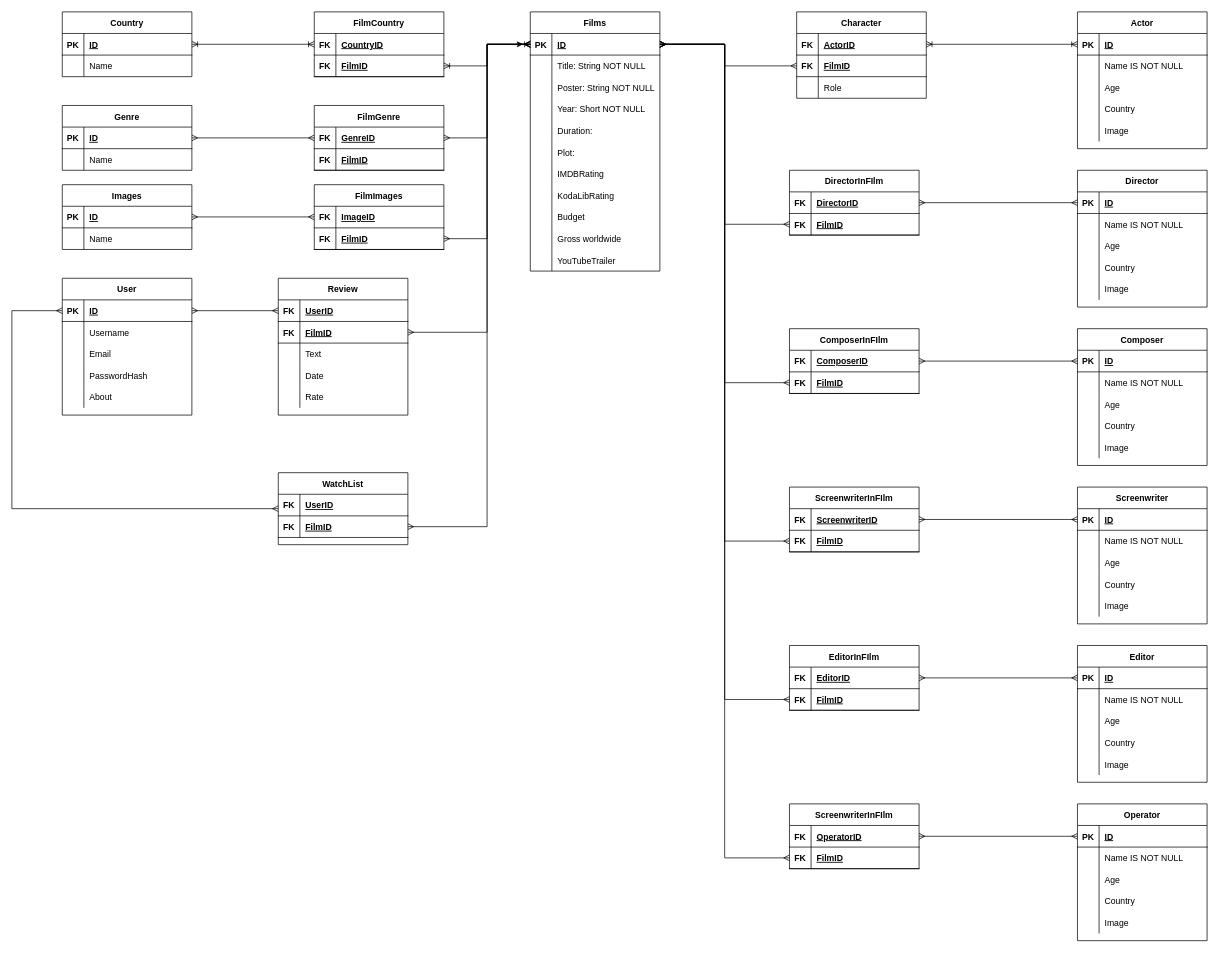
Earlier version of the draw.io diagram Database relational diagram.drawio (lincentpega/koda-modeling). Source tidied: cells renumbered, new cells numbered last; positions are measured from the earlier drawing's top-left corner, leaving out a move shared by most shapes. Both pictures are drawn from the tidied source at 72%, with x=0, y=0 at pixel (12, 12).
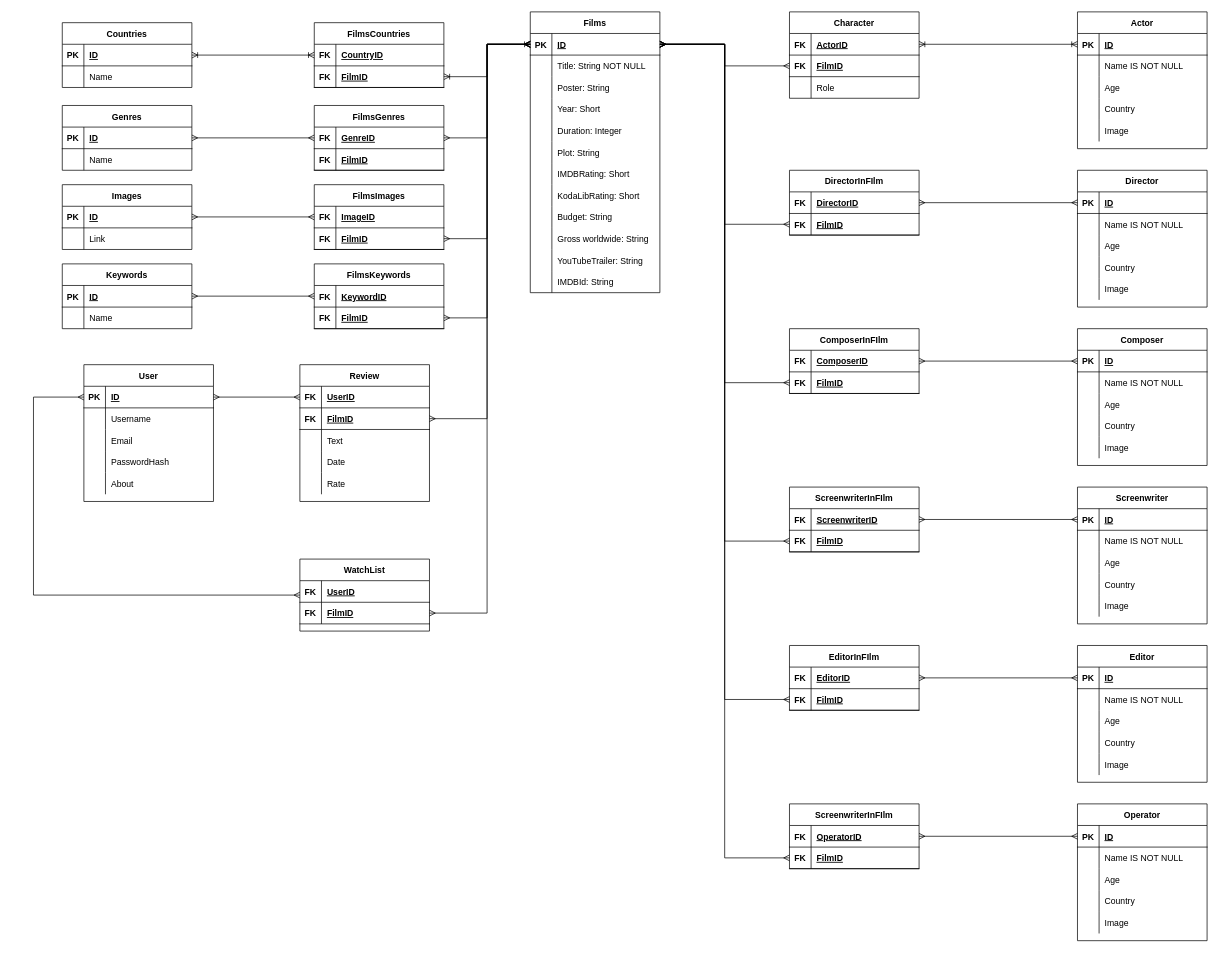
After the change.

Unchanged cells that the change refers to:
```xml
<mxCell id="3" style="shape=tableRow;horizontal=0;startSize=0;swimlaneHead=0;swimlaneBody=0;fillColor=none;points=[[0,0.5],[1,0.5]];portConstraint=eastwest;top=0;left=0;right=0;bottom=1;rounded=0;" parent="2" vertex="1">
  <mxGeometry y="30" width="180" height="30" as="geometry" />
</mxCell>
<mxCell id="9" style="shape=tableRow;horizontal=0;startSize=0;swimlaneHead=0;swimlaneBody=0;fillColor=none;top=0;left=0;right=0;bottom=0;rounded=0;" parent="2" vertex="1">
  <mxGeometry y="90" width="180" height="30" as="geometry" />
</mxCell>
<mxCell id="12" style="shape=tableRow;horizontal=0;startSize=0;swimlaneHead=0;swimlaneBody=0;fillColor=none;top=0;left=0;right=0;bottom=0;rounded=0;" parent="2" vertex="1">
  <mxGeometry y="120" width="180" height="30" as="geometry" />
</mxCell>
<mxCell id="15" style="shape=tableRow;horizontal=0;startSize=0;swimlaneHead=0;swimlaneBody=0;fillColor=none;top=0;left=0;right=0;bottom=0;rounded=0;" parent="2" vertex="1">
  <mxGeometry y="150" width="180" height="30" as="geometry" />
</mxCell>
<mxCell id="18" style="shape=tableRow;horizontal=0;startSize=0;swimlaneHead=0;swimlaneBody=0;fillColor=none;top=0;left=0;right=0;bottom=0;rounded=0;" parent="2" vertex="1">
  <mxGeometry y="180" width="180" height="30" as="geometry" />
</mxCell>
<mxCell id="21" style="shape=tableRow;horizontal=0;startSize=0;swimlaneHead=0;swimlaneBody=0;fillColor=none;top=0;left=0;right=0;bottom=0;rounded=0;" parent="2" vertex="1">
  <mxGeometry y="210" width="180" height="30" as="geometry" />
</mxCell>
<mxCell id="24" style="shape=tableRow;horizontal=0;startSize=0;swimlaneHead=0;swimlaneBody=0;fillColor=none;top=0;left=0;right=0;bottom=0;rounded=0;" parent="2" vertex="1">
  <mxGeometry y="240" width="180" height="30" as="geometry" />
</mxCell>
<mxCell id="27" style="shape=tableRow;horizontal=0;startSize=0;swimlaneHead=0;swimlaneBody=0;fillColor=none;top=0;left=0;right=0;bottom=0;rounded=0;" parent="2" vertex="1">
  <mxGeometry y="270" width="180" height="30" as="geometry" />
</mxCell>
<mxCell id="30" style="shape=tableRow;horizontal=0;startSize=0;swimlaneHead=0;swimlaneBody=0;fillColor=none;top=0;left=0;right=0;bottom=0;rounded=0;" parent="2" vertex="1">
  <mxGeometry y="300" width="180" height="30" as="geometry" />
</mxCell>
<mxCell id="33" style="shape=tableRow;horizontal=0;startSize=0;swimlaneHead=0;swimlaneBody=0;fillColor=none;top=0;left=0;right=0;bottom=0;rounded=0;" parent="2" vertex="1">
  <mxGeometry y="330" width="180" height="30" as="geometry" />
</mxCell>
<mxCell id="217" style="shape=tableRow;horizontal=0;startSize=0;swimlaneHead=0;swimlaneBody=0;fillColor=none;top=0;left=0;right=0;bottom=0;rounded=0;" parent="213" vertex="1">
  <mxGeometry y="60" width="180" height="30" as="geometry" />
</mxCell>
<mxCell id="236" style="shape=tableRow;horizontal=0;startSize=0;swimlaneHead=0;swimlaneBody=0;fillColor=none;points=[[0,0.5],[1,0.5]];portConstraint=eastwest;top=0;left=0;right=0;bottom=1;rounded=0;" parent="235" vertex="1">
  <mxGeometry y="30" width="180" height="30" as="geometry" />
</mxCell>
<mxCell id="255" style="shape=tableRow;horizontal=0;startSize=0;swimlaneHead=0;swimlaneBody=0;fillColor=none;points=[[0,0.5],[1,0.5]];portConstraint=eastwest;top=0;left=0;right=0;bottom=1;rounded=0;" parent="251" vertex="1">
  <mxGeometry y="60" width="180" height="30" as="geometry" />
</mxCell>
<mxCell id="272" style="shape=tableRow;horizontal=0;startSize=0;swimlaneHead=0;swimlaneBody=0;fillColor=none;points=[[0,0.5],[1,0.5]];portConstraint=eastwest;top=0;left=0;right=0;bottom=1;rounded=0;" parent="268" vertex="1">
  <mxGeometry y="60" width="180" height="30" as="geometry" />
</mxCell>
```

What changed in the source:
```diff
@@
     <mxCell id="2" value="Films" style="shape=table;startSize=30;childLayout=tableLayout;rowLines=0;fontStyle=1;align=center;rounded=0;" parent="1" vertex="1">
-      <mxGeometry x="720" width="180" height="360" as="geometry" />
+      <mxGeometry x="720" width="180" height="390" as="geometry" />
     </mxCell>
@@
-    <mxCell id="11" value="Poster: String NOT NULL" style="shape=partialRectangle;fillColor=none;top=0;left=0;bottom=0;right=0;align=left;spacingLeft=6;overflow=hidden;rounded=0;" parent="9" vertex="1">
+    <mxCell id="11" value="Poster: String" style="shape=partialRectangle;fillColor=none;top=0;left=0;bottom=0;right=0;align=left;spacingLeft=6;overflow=hidden;rounded=0;" parent="9" vertex="1">
       <mxGeometry x="30" width="150" height="30" as="geometry" />
     </mxCell>
@@
-    <mxCell id="14" value="Year: Short NOT NULL" style="shape=partialRectangle;fillColor=none;top=0;left=0;bottom=0;right=0;align=left;spacingLeft=6;overflow=hidden;rounded=0;" parent="12" vertex="1">
+    <mxCell id="14" value="Year: Short" style="shape=partialRectangle;fillColor=none;top=0;left=0;bottom=0;right=0;align=left;spacingLeft=6;overflow=hidden;rounded=0;" parent="12" vertex="1">
       <mxGeometry x="30" width="150" height="30" as="geometry" />
     </mxCell>
@@
-    <mxCell id="17" value="Duration: " style="shape=partialRectangle;fillColor=none;top=0;left=0;bottom=0;right=0;align=left;spacingLeft=6;overflow=hidden;rounded=0;" parent="15" vertex="1">
+    <mxCell id="17" value="Duration: Integer" style="shape=partialRectangle;fillColor=none;top=0;left=0;bottom=0;right=0;align=left;spacingLeft=6;overflow=hidden;rounded=0;" parent="15" vertex="1">
       <mxGeometry x="30" width="150" height="30" as="geometry" />
     </mxCell>
@@
-    <mxCell id="20" value="Plot:" style="shape=partialRectangle;fillColor=none;top=0;left=0;bottom=0;right=0;align=left;spacingLeft=6;overflow=hidden;rounded=0;" parent="18" vertex="1">
+    <mxCell id="20" value="Plot: String" style="shape=partialRectangle;fillColor=none;top=0;left=0;bottom=0;right=0;align=left;spacingLeft=6;overflow=hidden;rounded=0;" parent="18" vertex="1">
       <mxGeometry x="30" width="150" height="30" as="geometry" />
     </mxCell>
@@
-    <mxCell id="23" value="IMDBRating" style="shape=partialRectangle;fillColor=none;top=0;left=0;bottom=0;right=0;align=left;spacingLeft=6;overflow=hidden;rounded=0;" parent="21" vertex="1">
+    <mxCell id="23" value="IMDBRating: Short" style="shape=partialRectangle;fillColor=none;top=0;left=0;bottom=0;right=0;align=left;spacingLeft=6;overflow=hidden;rounded=0;" parent="21" vertex="1">
       <mxGeometry x="30" width="150" height="30" as="geometry" />
     </mxCell>
@@
-    <mxCell id="26" value="KodaLibRating" style="shape=partialRectangle;fillColor=none;top=0;left=0;bottom=0;right=0;align=left;spacingLeft=6;overflow=hidden;rounded=0;" parent="24" vertex="1">
+    <mxCell id="26" value="KodaLibRating: Short" style="shape=partialRectangle;fillColor=none;top=0;left=0;bottom=0;right=0;align=left;spacingLeft=6;overflow=hidden;rounded=0;" parent="24" vertex="1">
       <mxGeometry x="30" width="150" height="30" as="geometry" />
     </mxCell>
@@
-    <mxCell id="29" value="Budget" style="shape=partialRectangle;fillColor=none;top=0;left=0;bottom=0;right=0;align=left;spacingLeft=6;overflow=hidden;rounded=0;" parent="27" vertex="1">
+    <mxCell id="29" value="Budget: String" style="shape=partialRectangle;fillColor=none;top=0;left=0;bottom=0;right=0;align=left;spacingLeft=6;overflow=hidden;rounded=0;" parent="27" vertex="1">
       <mxGeometry x="30" width="150" height="30" as="geometry" />
     </mxCell>
@@
-    <mxCell id="32" value="Gross worldwide" style="shape=partialRectangle;fillColor=none;top=0;left=0;bottom=0;right=0;align=left;spacingLeft=6;overflow=hidden;rounded=0;" parent="30" vertex="1">
+    <mxCell id="32" value="Gross worldwide: String" style="shape=partialRectangle;fillColor=none;top=0;left=0;bottom=0;right=0;align=left;spacingLeft=6;overflow=hidden;rounded=0;" parent="30" vertex="1">
       <mxGeometry x="30" width="150" height="30" as="geometry" />
     </mxCell>
@@
-    <mxCell id="35" value="YouTubeTrailer" style="shape=partialRectangle;fillColor=none;top=0;left=0;bottom=0;right=0;align=left;spacingLeft=6;overflow=hidden;rounded=0;" parent="33" vertex="1">
+    <mxCell id="35" value="YouTubeTrailer: String" style="shape=partialRectangle;fillColor=none;top=0;left=0;bottom=0;right=0;align=left;spacingLeft=6;overflow=hidden;rounded=0;" parent="33" vertex="1">
       <mxGeometry x="30" width="150" height="30" as="geometry" />
     </mxCell>
+    <mxCell id="281" style="shape=tableRow;horizontal=0;startSize=0;swimlaneHead=0;swimlaneBody=0;fillColor=none;top=0;left=0;right=0;bottom=0;rounded=0;" parent="2" vertex="1">
+      <mxGeometry y="360" width="180" height="30" as="geometry" />
+    </mxCell>
+    <mxCell id="282" style="shape=partialRectangle;fillColor=none;top=0;left=0;bottom=0;right=0;overflow=hidden;rounded=0;" parent="281" vertex="1">
+      <mxGeometry width="30" height="30" as="geometry" />
+    </mxCell>
+    <mxCell id="283" value="IMDBId: String" style="shape=partialRectangle;fillColor=none;top=0;left=0;bottom=0;right=0;align=left;spacingLeft=6;overflow=hidden;rounded=0;" parent="281" vertex="1">
+      <mxGeometry x="30" width="150" height="30" as="geometry" />
+    </mxCell>
@@
     <mxCell id="52" value="Character" style="shape=table;startSize=30;childLayout=tableLayout;rowLines=0;fontStyle=1;align=center;rounded=0;" parent="1" vertex="1">
-      <mxGeometry x="1090" width="180" height="120" as="geometry" />
+      <mxGeometry x="1080" width="180" height="120" as="geometry" />
     </mxCell>
@@
-    <mxCell id="189" value="Country" style="shape=table;startSize=30;childLayout=tableLayout;rowLines=0;fontStyle=1;align=center;rounded=0;" parent="1" vertex="1">
-      <mxGeometry x="70" width="180" height="90" as="geometry" />
+    <mxCell id="189" value="Countries" style="shape=table;startSize=30;childLayout=tableLayout;rowLines=0;fontStyle=1;align=center;rounded=0;" parent="1" vertex="1">
+      <mxGeometry x="70" y="15" width="180" height="90" as="geometry" />
     </mxCell>
@@
-    <mxCell id="196" value="FilmCountry" style="shape=table;startSize=30;childLayout=tableLayout;rowLines=0;fontStyle=1;align=center;rounded=0;" parent="1" vertex="1">
-      <mxGeometry x="420" width="180" height="90" as="geometry" />
+    <mxCell id="196" value="FilmsCountries" style="shape=table;startSize=30;childLayout=tableLayout;rowLines=0;fontStyle=1;align=center;rounded=0;" parent="1" vertex="1">
+      <mxGeometry x="420" y="15" width="180" height="90" as="geometry" />
     </mxCell>
@@
-    <mxCell id="206" value="Genre" style="shape=table;startSize=30;childLayout=tableLayout;rowLines=0;fontStyle=1;align=center;rounded=0;" parent="1" vertex="1">
+    <mxCell id="206" value="Genres" style="shape=table;startSize=30;childLayout=tableLayout;rowLines=0;fontStyle=1;align=center;rounded=0;" parent="1" vertex="1">
       <mxGeometry x="70" y="130" width="180" height="90" as="geometry" />
     </mxCell>
@@
-    <mxCell id="219" value="Name" style="shape=partialRectangle;fillColor=none;top=0;left=0;bottom=0;right=0;align=left;spacingLeft=6;overflow=hidden;rounded=0;" parent="217" vertex="1">
+    <mxCell id="219" value="Link" style="shape=partialRectangle;fillColor=none;top=0;left=0;bottom=0;right=0;align=left;spacingLeft=6;overflow=hidden;rounded=0;" parent="217" vertex="1">
       <mxGeometry x="30" width="150" height="30" as="geometry" />
     </mxCell>
-    <mxCell id="220" value="FilmGenre" style="shape=table;startSize=30;childLayout=tableLayout;rowLines=0;fontStyle=1;align=center;rounded=0;" parent="1" vertex="1">
+    <mxCell id="220" value="FilmsGenres" style="shape=table;startSize=30;childLayout=tableLayout;rowLines=0;fontStyle=1;align=center;rounded=0;" parent="1" vertex="1">
       <mxGeometry x="420" y="130" width="180" height="90" as="geometry" />
     </mxCell>
@@
-    <mxCell id="227" value="FilmImages" style="shape=table;startSize=30;childLayout=tableLayout;rowLines=0;fontStyle=1;align=center;rounded=0;" parent="1" vertex="1">
+    <mxCell id="227" value="FilmsImages" style="shape=table;startSize=30;childLayout=tableLayout;rowLines=0;fontStyle=1;align=center;rounded=0;" parent="1" vertex="1">
       <mxGeometry x="420" y="240" width="180" height="90" as="geometry" />
     </mxCell>
@@
     <mxCell id="235" value="User" style="shape=table;startSize=30;childLayout=tableLayout;rowLines=0;fontStyle=1;align=center;rounded=0;" parent="1" vertex="1">
-      <mxGeometry x="70" y="370" width="180" height="190" as="geometry" />
+      <mxGeometry x="100" y="490" width="180" height="190" as="geometry" />
     </mxCell>
@@
     <mxCell id="251" value="Review" style="shape=table;startSize=30;childLayout=tableLayout;rowLines=0;fontStyle=1;align=center;rounded=0;" parent="1" vertex="1">
-      <mxGeometry x="370" y="370" width="180" height="190" as="geometry" />
+      <mxGeometry x="400" y="490" width="180" height="190" as="geometry" />
     </mxCell>
@@
     <mxCell id="267" style="edgeStyle=orthogonalEdgeStyle;rounded=0;jettySize=auto;html=1;entryX=0;entryY=0.5;entryDx=0;entryDy=0;endArrow=ERmany;endFill=0;startArrow=ERmany;startFill=0;" parent="1" edge="1" source="268" target="236">
       <mxGeometry relative="1" as="geometry">
         <Array as="points">
-          <mxPoint y="690" />
-          <mxPoint y="415" />
+          <mxPoint x="30" y="810" />
+          <mxPoint x="30" y="535" />
         </Array>
       </mxGeometry>
     </mxCell>
     <mxCell id="268" value="WatchList" style="shape=table;startSize=30;childLayout=tableLayout;rowLines=0;fontStyle=1;align=center;rounded=0;" parent="1" vertex="1">
-      <mxGeometry x="370" y="640" width="180" height="100" as="geometry" />
+      <mxGeometry x="400" y="760" width="180" height="100" as="geometry" />
     </mxCell>
@@
     <mxCell id="276" style="edgeStyle=orthogonalEdgeStyle;rounded=0;jettySize=auto;html=1;startArrow=ERmany;startFill=0;endArrow=ERmany;endFill=0;exitX=1;exitY=0.5;exitDx=0;exitDy=0;" parent="1" edge="1" source="255" target="3">
       <mxGeometry relative="1" as="geometry">
         <Array as="points">
-          <mxPoint x="660" y="445" />
+          <mxPoint x="660" y="565" />
           <mxPoint x="660" y="45" />
         </Array>
       </mxGeometry>
     </mxCell>
     <mxCell id="277" style="edgeStyle=orthogonalEdgeStyle;jettySize=auto;html=1;exitX=1;exitY=0.5;exitDx=0;exitDy=0;entryX=0;entryY=0.5;entryDx=0;entryDy=0;strokeColor=default;rounded=0;startArrow=ERmany;startFill=0;endArrow=ERmany;endFill=0;" parent="1" edge="1" source="272" target="3">
       <mxGeometry relative="1" as="geometry">
         <Array as="points">
-          <mxPoint x="660" y="715" />
+          <mxPoint x="660" y="835" />
           <mxPoint x="660" y="45" />
         </Array>
       </mxGeometry>
     </mxCell>
@@
-    <mxCell id="280" style="edgeStyle=orthogonalEdgeStyle;rounded=0;jettySize=auto;html=1;" parent="1" edge="1" source="3">
-      <mxGeometry relative="1" as="geometry">
-        <mxPoint x="710" y="45" as="targetPoint" />
-      </mxGeometry>
-    </mxCell>
+    <mxCell id="284" value="Keywords" style="shape=table;startSize=30;childLayout=tableLayout;rowLines=0;fontStyle=1;align=center;rounded=0;" parent="1" vertex="1">
+      <mxGeometry x="70" y="350" width="180" height="90" as="geometry" />
+    </mxCell>
+    <mxCell id="285" style="shape=tableRow;horizontal=0;startSize=0;swimlaneHead=0;swimlaneBody=0;fillColor=none;top=0;left=0;right=0;bottom=1;rounded=0;" parent="284" vertex="1">
+      <mxGeometry y="30" width="180" height="30" as="geometry" />
+    </mxCell>
+    <mxCell id="286" value="PK" style="shape=partialRectangle;fillColor=none;top=0;left=0;bottom=0;right=0;fontStyle=1;overflow=hidden;rounded=0;" parent="285" vertex="1">
+      <mxGeometry width="30" height="30" as="geometry" />
+    </mxCell>
+    <mxCell id="287" value="ID" style="shape=partialRectangle;fillColor=none;top=0;left=0;bottom=0;right=0;align=left;spacingLeft=6;fontStyle=5;overflow=hidden;rounded=0;" parent="285" vertex="1">
+      <mxGeometry x="30" width="150" height="30" as="geometry" />
+    </mxCell>
+    <mxCell id="288" style="shape=tableRow;horizontal=0;startSize=0;swimlaneHead=0;swimlaneBody=0;fillColor=none;top=0;left=0;right=0;bottom=0;rounded=0;" parent="284" vertex="1">
+      <mxGeometry y="60" width="180" height="30" as="geometry" />
+    </mxCell>
+    <mxCell id="289" style="shape=partialRectangle;fillColor=none;top=0;left=0;bottom=0;right=0;overflow=hidden;rounded=0;" parent="288" vertex="1">
+      <mxGeometry width="30" height="30" as="geometry" />
+    </mxCell>
+    <mxCell id="290" value="Name" style="shape=partialRectangle;fillColor=none;top=0;left=0;bottom=0;right=0;align=left;spacingLeft=6;overflow=hidden;rounded=0;" parent="288" vertex="1">
+      <mxGeometry x="30" width="150" height="30" as="geometry" />
+    </mxCell>
+    <mxCell id="291" value="FilmsKeywords" style="shape=table;startSize=30;childLayout=tableLayout;rowLines=0;fontStyle=1;align=center;rounded=0;" parent="1" vertex="1">
+      <mxGeometry x="420" y="350" width="180" height="90" as="geometry" />
+    </mxCell>
+    <mxCell id="292" style="shape=tableRow;horizontal=0;startSize=0;swimlaneHead=0;swimlaneBody=0;fillColor=none;top=0;left=0;right=0;bottom=1;rounded=0;" parent="291" vertex="1">
+      <mxGeometry y="30" width="180" height="30" as="geometry" />
+    </mxCell>
+    <mxCell id="293" value="FK" style="shape=partialRectangle;fillColor=none;top=0;left=0;bottom=0;right=0;fontStyle=1;overflow=hidden;rounded=0;" parent="292" vertex="1">
+      <mxGeometry width="30" height="30" as="geometry" />
+    </mxCell>
+    <mxCell id="294" value="KeywordID" style="shape=partialRectangle;fillColor=none;top=0;left=0;bottom=0;right=0;align=left;spacingLeft=6;fontStyle=5;overflow=hidden;rounded=0;" parent="292" vertex="1">
+      <mxGeometry x="30" width="150" height="30" as="geometry" />
+    </mxCell>
+    <mxCell id="295" style="shape=tableRow;horizontal=0;startSize=0;swimlaneHead=0;swimlaneBody=0;fillColor=none;points=[[0,0.5],[1,0.5]];portConstraint=eastwest;top=0;left=0;right=0;bottom=1;rounded=0;" parent="291" vertex="1">
+      <mxGeometry y="60" width="180" height="30" as="geometry" />
+    </mxCell>
+    <mxCell id="296" value="FK" style="shape=partialRectangle;fillColor=none;top=0;left=0;bottom=0;right=0;fontStyle=1;overflow=hidden;rounded=0;" parent="295" vertex="1">
+      <mxGeometry width="30" height="30" as="geometry" />
+    </mxCell>
+    <mxCell id="297" value="FilmID" style="shape=partialRectangle;fillColor=none;top=0;left=0;bottom=0;right=0;align=left;spacingLeft=6;fontStyle=5;overflow=hidden;rounded=0;" parent="295" vertex="1">
+      <mxGeometry x="30" width="150" height="30" as="geometry" />
+    </mxCell>
+    <mxCell id="298" style="edgeStyle=orthogonalEdgeStyle;rounded=0;orthogonalLoop=1;jettySize=auto;html=1;entryX=0;entryY=0.5;entryDx=0;entryDy=0;startArrow=ERmany;startFill=0;endArrow=ERmany;endFill=0;" parent="1" edge="1">
+      <mxGeometry relative="1" as="geometry">
+        <mxPoint x="250" y="394.8" as="sourcePoint" />
+        <mxPoint x="420" y="394.8" as="targetPoint" />
+      </mxGeometry>
+    </mxCell>
+    <mxCell id="299" style="edgeStyle=orthogonalEdgeStyle;rounded=0;jettySize=auto;html=1;exitX=1;exitY=0.5;exitDx=0;exitDy=0;startArrow=ERmany;startFill=0;endArrow=ERmany;endFill=0;entryX=0;entryY=0.5;entryDx=0;entryDy=0;" parent="1" edge="1" source="295" target="3">
+      <mxGeometry relative="1" as="geometry">
+        <Array as="points">
+          <mxPoint x="660" y="425" />
+          <mxPoint x="660" y="45" />
+        </Array>
+      </mxGeometry>
+    </mxCell>
```
